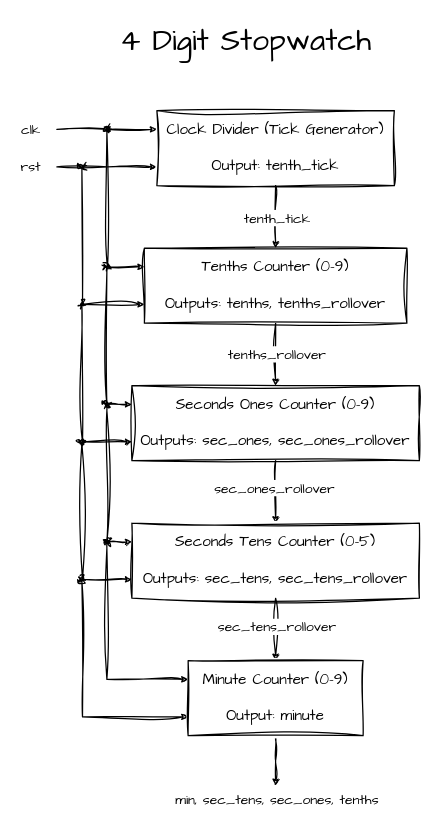
Earlier version of the draw.io diagram MEDS-Training/module4-tasks/t13_stop_watch/docs/stopwatch.drawio (AbdurRahman020/MEDS). Source tidied: cells renumbered, new cells numbered last; positions are measured from the earlier drawing's top-left corner, leaving out a move shared by most shapes. Both pictures are drawn from the tidied source at 125%, with x=0, y=0 at pixel (56, 22).
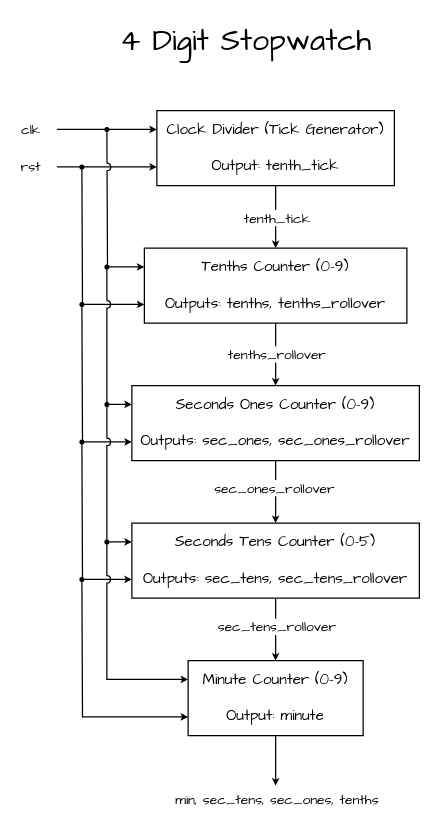
After the change.

The edit, as a diff of the source:
```diff
@@
-    <mxCell id="2" style="edgeStyle=orthogonalEdgeStyle;rounded=0;jettySize=auto;html=1;fontFamily=Comic Sans MS;endSize=3;sketch=1;curveFitting=1;jiggle=2;" parent="1" edge="1" source="6" target="11">
+    <mxCell id="2" style="edgeStyle=orthogonalEdgeStyle;rounded=0;jettySize=auto;html=1;fontFamily=Comic Sans MS;endSize=3;" parent="1" edge="1" source="6" target="11">
       <mxGeometry relative="1" as="geometry" />
     </mxCell>
-    <mxCell id="3" value="tenth_tick" style="edgeLabel;html=1;align=center;verticalAlign=middle;fontFamily=Comic Sans MS;sketch=1;curveFitting=1;jiggle=2;" parent="2" vertex="1">
+    <mxCell id="3" value="tenth_tick" style="edgeLabel;html=1;align=center;verticalAlign=middle;fontFamily=Comic Sans MS;" parent="2" vertex="1">
       <mxGeometry x="0.01" relative="1" as="geometry" />
     </mxCell>
-    <mxCell id="4" value="clk" style="edgeStyle=orthogonalEdgeStyle;rounded=0;jettySize=auto;html=1;exitX=0;exitY=0.25;exitDx=0;exitDy=0;endArrow=none;endFill=0;startArrow=classic;startFill=1;startSize=3;fontFamily=Comic Sans MS;sketch=1;curveFitting=1;jiggle=2;" parent="1" edge="1" source="6">
+    <mxCell id="4" value="clk" style="edgeStyle=orthogonalEdgeStyle;rounded=0;jettySize=auto;html=1;exitX=0;exitY=0.25;exitDx=0;exitDy=0;endArrow=none;endFill=0;startArrow=classic;startFill=1;startSize=3;fontFamily=Comic Sans MS;" parent="1" edge="1" source="6">
       <mxGeometry x="1" y="20" relative="1" as="geometry">
         <mxPoint y="85" as="targetPoint" />
         <mxPoint x="-20" y="-20" as="offset" />
       </mxGeometry>
     </mxCell>
-    <mxCell id="5" value="rst" style="edgeStyle=orthogonalEdgeStyle;rounded=0;jettySize=auto;html=1;exitX=0;exitY=0.75;exitDx=0;exitDy=0;endArrow=none;endFill=0;startArrow=classic;startFill=1;startSize=3;fontFamily=Comic Sans MS;sketch=1;curveFitting=1;jiggle=2;" parent="1" edge="1" source="6">
+    <mxCell id="5" value="rst" style="edgeStyle=orthogonalEdgeStyle;rounded=0;jettySize=auto;html=1;exitX=0;exitY=0.75;exitDx=0;exitDy=0;endArrow=none;endFill=0;startArrow=classic;startFill=1;startSize=3;fontFamily=Comic Sans MS;" parent="1" edge="1" source="6">
       <mxGeometry x="1" y="20" relative="1" as="geometry">
         <mxPoint y="115" as="targetPoint" />
         <mxPoint x="-20" y="-20" as="offset" />
       </mxGeometry>
     </mxCell>
-    <mxCell id="6" value="Clock Divider (Tick Generator)&lt;br&gt;&lt;br&gt;Output: tenth_tick" style="rounded=0;whiteSpace=wrap;html=1;hachureGap=4;fontFamily=Comic Sans MS;sketch=1;curveFitting=1;jiggle=2;" parent="1" vertex="1">
+    <mxCell id="6" value="Clock Divider (Tick Generator)&lt;br&gt;&lt;br&gt;Output: tenth_tick" style="rounded=0;whiteSpace=wrap;html=1;hachureGap=4;fontFamily=Comic Sans MS;" parent="1" vertex="1">
       <mxGeometry x="80" y="70" width="190" height="60" as="geometry" />
     </mxCell>
-    <mxCell id="7" style="edgeStyle=orthogonalEdgeStyle;rounded=0;jettySize=auto;html=1;fontFamily=Comic Sans MS;endSize=3;sketch=1;curveFitting=1;jiggle=2;" parent="1" edge="1" source="11" target="16">
+    <mxCell id="7" style="edgeStyle=orthogonalEdgeStyle;rounded=0;jettySize=auto;html=1;fontFamily=Comic Sans MS;endSize=3;" parent="1" edge="1" source="11" target="16">
       <mxGeometry relative="1" as="geometry" />
     </mxCell>
-    <mxCell id="8" value="tenths_rollover" style="edgeLabel;html=1;align=center;verticalAlign=middle;fontFamily=Comic Sans MS;sketch=1;curveFitting=1;jiggle=2;" parent="7" vertex="1">
+    <mxCell id="8" value="tenths_rollover" style="edgeLabel;html=1;align=center;verticalAlign=middle;fontFamily=Comic Sans MS;" parent="7" vertex="1">
       <mxGeometry x="-0.03" relative="1" as="geometry" />
     </mxCell>
-    <mxCell id="9" style="edgeStyle=orthogonalEdgeStyle;rounded=0;jettySize=auto;html=1;exitX=0;exitY=0.25;exitDx=0;exitDy=0;endArrow=oval;endFill=1;endSize=3;fontFamily=Comic Sans MS;startArrow=classic;startFill=1;startSize=3;sketch=1;curveFitting=1;jiggle=2;" parent="1" edge="1" source="11">
+    <mxCell id="9" style="edgeStyle=orthogonalEdgeStyle;rounded=0;jettySize=auto;html=1;exitX=0;exitY=0.25;exitDx=0;exitDy=0;endArrow=oval;endFill=1;endSize=3;fontFamily=Comic Sans MS;startArrow=classic;startFill=1;startSize=3;jumpStyle=arc;" parent="1" edge="1" source="11">
       <mxGeometry relative="1" as="geometry">
         <mxPoint x="40" y="85" as="targetPoint" />
       </mxGeometry>
     </mxCell>
-    <mxCell id="10" style="edgeStyle=orthogonalEdgeStyle;rounded=0;jettySize=auto;html=1;exitX=0;exitY=0.75;exitDx=0;exitDy=0;endArrow=oval;endFill=1;endSize=3;fontFamily=Comic Sans MS;startArrow=classic;startFill=1;startSize=3;sketch=1;curveFitting=1;jiggle=2;" parent="1" edge="1" source="11">
+    <mxCell id="10" style="edgeStyle=orthogonalEdgeStyle;rounded=0;jettySize=auto;html=1;exitX=0;exitY=0.75;exitDx=0;exitDy=0;endArrow=oval;endFill=1;endSize=3;fontFamily=Comic Sans MS;startArrow=classic;startFill=1;startSize=3;" parent="1" edge="1" source="11">
       <mxGeometry relative="1" as="geometry">
         <mxPoint x="20" y="115" as="targetPoint" />
       </mxGeometry>
     </mxCell>
-    <mxCell id="11" value="&lt;div&gt;Tenths Counter&amp;nbsp;&lt;span style=&quot;background-color: transparent; color: light-dark(rgb(0, 0, 0), rgb(255, 255, 255));&quot;&gt;(0–9)&lt;br&gt;&lt;br&gt;&lt;/span&gt;&lt;/div&gt;&lt;div&gt;&lt;span style=&quot;background-color: transparent; color: light-dark(rgb(0, 0, 0), rgb(255, 255, 255));&quot;&gt;Outputs: tenths, tenths_rollover&lt;/span&gt;&lt;/div&gt;" style="rounded=0;whiteSpace=wrap;html=1;hachureGap=4;fontFamily=Comic Sans MS;sketch=1;curveFitting=1;jiggle=2;" parent="1" vertex="1">
+    <mxCell id="11" value="&lt;div&gt;Tenths Counter&amp;nbsp;&lt;span style=&quot;background-color: transparent; color: light-dark(rgb(0, 0, 0), rgb(255, 255, 255));&quot;&gt;(0–9)&lt;br&gt;&lt;br&gt;&lt;/span&gt;&lt;/div&gt;&lt;div&gt;&lt;span style=&quot;background-color: transparent; color: light-dark(rgb(0, 0, 0), rgb(255, 255, 255));&quot;&gt;Outputs: tenths, tenths_rollover&lt;/span&gt;&lt;/div&gt;" style="rounded=0;whiteSpace=wrap;html=1;hachureGap=4;fontFamily=Comic Sans MS;" parent="1" vertex="1">
       <mxGeometry x="70" y="180" width="210" height="60" as="geometry" />
     </mxCell>
-    <mxCell id="12" style="edgeStyle=orthogonalEdgeStyle;rounded=0;jettySize=auto;html=1;fontFamily=Comic Sans MS;endSize=3;sketch=1;curveFitting=1;jiggle=2;" parent="1" edge="1" source="16" target="21">
+    <mxCell id="12" style="edgeStyle=orthogonalEdgeStyle;rounded=0;jettySize=auto;html=1;fontFamily=Comic Sans MS;endSize=3;" parent="1" edge="1" source="16" target="21">
       <mxGeometry relative="1" as="geometry" />
     </mxCell>
-    <mxCell id="13" value="sec_ones_rollover" style="edgeLabel;html=1;align=center;verticalAlign=middle;fontFamily=Comic Sans MS;sketch=1;curveFitting=1;jiggle=2;" parent="12" vertex="1">
+    <mxCell id="13" value="sec_ones_rollover" style="edgeLabel;html=1;align=center;verticalAlign=middle;fontFamily=Comic Sans MS;" parent="12" vertex="1">
       <mxGeometry x="-0.16" y="-2" relative="1" as="geometry" />
     </mxCell>
-    <mxCell id="14" style="edgeStyle=orthogonalEdgeStyle;rounded=0;jettySize=auto;html=1;exitX=0;exitY=0.75;exitDx=0;exitDy=0;endArrow=oval;endFill=1;endSize=3;fontFamily=Comic Sans MS;startArrow=classic;startFill=1;startSize=3;sketch=1;curveFitting=1;jiggle=2;" parent="1" edge="1" source="16">
+    <mxCell id="14" style="edgeStyle=orthogonalEdgeStyle;rounded=0;jettySize=auto;html=1;exitX=0;exitY=0.75;exitDx=0;exitDy=0;endArrow=oval;endFill=1;endSize=3;fontFamily=Comic Sans MS;startArrow=classic;startFill=1;startSize=3;" parent="1" edge="1" source="16">
       <mxGeometry relative="1" as="geometry">
         <mxPoint x="20" y="225" as="targetPoint" />
       </mxGeometry>
     </mxCell>
-    <mxCell id="15" style="edgeStyle=orthogonalEdgeStyle;rounded=0;jettySize=auto;html=1;exitX=0;exitY=0.25;exitDx=0;exitDy=0;endArrow=oval;endFill=1;endSize=3;startArrow=classic;startFill=1;startSize=3;sketch=1;curveFitting=1;jiggle=2;" parent="1" edge="1" source="16">
+    <mxCell id="15" style="edgeStyle=orthogonalEdgeStyle;rounded=0;jettySize=auto;html=1;exitX=0;exitY=0.25;exitDx=0;exitDy=0;endArrow=oval;endFill=1;endSize=3;startArrow=classic;startFill=1;startSize=3;jumpStyle=arc;" parent="1" edge="1" source="16">
       <mxGeometry relative="1" as="geometry">
         <mxPoint x="40" y="195" as="targetPoint" />
         <Array as="points">
           <mxPoint x="40" y="305" />
         </Array>
       </mxGeometry>
     </mxCell>
-    <mxCell id="16" value="&lt;div&gt;Seconds Ones Counter&amp;nbsp;&lt;span style=&quot;background-color: transparent; color: light-dark(rgb(0, 0, 0), rgb(255, 255, 255));&quot;&gt;(0–9)&lt;br&gt;&lt;br&gt;&lt;/span&gt;&lt;/div&gt;&lt;div&gt;Outputs: sec_ones, sec_ones_rollover&lt;/div&gt;" style="rounded=0;whiteSpace=wrap;html=1;hachureGap=4;fontFamily=Comic Sans MS;sketch=1;curveFitting=1;jiggle=2;" parent="1" vertex="1">
+    <mxCell id="16" value="&lt;div&gt;Seconds Ones Counter&amp;nbsp;&lt;span style=&quot;background-color: transparent; color: light-dark(rgb(0, 0, 0), rgb(255, 255, 255));&quot;&gt;(0–9)&lt;br&gt;&lt;br&gt;&lt;/span&gt;&lt;/div&gt;&lt;div&gt;Outputs: sec_ones, sec_ones_rollover&lt;/div&gt;" style="rounded=0;whiteSpace=wrap;html=1;hachureGap=4;fontFamily=Comic Sans MS;" parent="1" vertex="1">
       <mxGeometry x="60" y="290" width="230" height="60" as="geometry" />
     </mxCell>
-    <mxCell id="17" style="edgeStyle=orthogonalEdgeStyle;rounded=0;jettySize=auto;html=1;fontFamily=Comic Sans MS;endSize=3;sketch=1;curveFitting=1;jiggle=2;" parent="1" edge="1" source="21" target="26">
+    <mxCell id="17" style="edgeStyle=orthogonalEdgeStyle;rounded=0;jettySize=auto;html=1;fontFamily=Comic Sans MS;endSize=3;" parent="1" edge="1" source="21" target="26">
       <mxGeometry relative="1" as="geometry" />
     </mxCell>
-    <mxCell id="18" value="sec_tens_rollover" style="edgeLabel;html=1;align=center;verticalAlign=middle;fontFamily=Comic Sans MS;sketch=1;curveFitting=1;jiggle=2;" parent="17" vertex="1">
+    <mxCell id="18" value="sec_tens_rollover" style="edgeLabel;html=1;align=center;verticalAlign=middle;fontFamily=Comic Sans MS;" parent="17" vertex="1">
       <mxGeometry x="-0.12" relative="1" as="geometry" />
     </mxCell>
-    <mxCell id="19" style="edgeStyle=orthogonalEdgeStyle;rounded=0;jettySize=auto;html=1;exitX=0;exitY=0.25;exitDx=0;exitDy=0;endArrow=oval;endFill=1;endSize=3;fontFamily=Comic Sans MS;startArrow=classic;startFill=1;startSize=3;sketch=1;curveFitting=1;jiggle=2;" parent="1" edge="1" source="21">
+    <mxCell id="19" style="edgeStyle=orthogonalEdgeStyle;rounded=0;jettySize=auto;html=1;exitX=0;exitY=0.25;exitDx=0;exitDy=0;endArrow=oval;endFill=1;endSize=3;fontFamily=Comic Sans MS;startArrow=classic;startFill=1;startSize=3;jumpStyle=arc;" parent="1" edge="1" source="21">
       <mxGeometry relative="1" as="geometry">
         <mxPoint x="40" y="305" as="targetPoint" />
         <Array as="points">
           <mxPoint x="40" y="415" />
           <mxPoint x="40" y="310" />
         </Array>
       </mxGeometry>
     </mxCell>
-    <mxCell id="20" style="edgeStyle=orthogonalEdgeStyle;rounded=0;jettySize=auto;html=1;exitX=0;exitY=0.75;exitDx=0;exitDy=0;endArrow=oval;endFill=1;endSize=3;fontFamily=Comic Sans MS;startArrow=classic;startFill=1;startSize=3;sketch=1;curveFitting=1;jiggle=2;" parent="1" edge="1" source="21">
+    <mxCell id="20" style="edgeStyle=orthogonalEdgeStyle;rounded=0;jettySize=auto;html=1;exitX=0;exitY=0.75;exitDx=0;exitDy=0;endArrow=oval;endFill=1;endSize=3;fontFamily=Comic Sans MS;startArrow=classic;startFill=1;startSize=3;" parent="1" edge="1" source="21">
       <mxGeometry relative="1" as="geometry">
         <mxPoint x="20" y="335" as="targetPoint" />
       </mxGeometry>
     </mxCell>
-    <mxCell id="21" value="&lt;div&gt;Seconds Tens Counter&amp;nbsp;&lt;span style=&quot;background-color: transparent; color: light-dark(rgb(0, 0, 0), rgb(255, 255, 255));&quot;&gt;(0–5)&lt;br&gt;&lt;br&gt;&lt;/span&gt;&lt;/div&gt;&lt;div&gt;Outputs: sec_tens, sec_tens_rollover&lt;/div&gt;" style="rounded=0;whiteSpace=wrap;html=1;hachureGap=4;fontFamily=Comic Sans MS;sketch=1;curveFitting=1;jiggle=2;" parent="1" vertex="1">
+    <mxCell id="21" value="&lt;div&gt;Seconds Tens Counter&amp;nbsp;&lt;span style=&quot;background-color: transparent; color: light-dark(rgb(0, 0, 0), rgb(255, 255, 255));&quot;&gt;(0–5)&lt;br&gt;&lt;br&gt;&lt;/span&gt;&lt;/div&gt;&lt;div&gt;Outputs: sec_tens, sec_tens_rollover&lt;/div&gt;" style="rounded=0;whiteSpace=wrap;html=1;hachureGap=4;fontFamily=Comic Sans MS;" parent="1" vertex="1">
       <mxGeometry x="60" y="400" width="230" height="60" as="geometry" />
     </mxCell>
-    <mxCell id="22" style="edgeStyle=orthogonalEdgeStyle;rounded=0;jettySize=auto;html=1;fontFamily=Comic Sans MS;endSize=3;sketch=1;curveFitting=1;jiggle=2;" parent="1" edge="1" source="26">
+    <mxCell id="22" style="edgeStyle=orthogonalEdgeStyle;rounded=0;jettySize=auto;html=1;fontFamily=Comic Sans MS;endSize=3;" parent="1" edge="1" source="26">
       <mxGeometry relative="1" as="geometry">
         <mxPoint x="175" y="610" as="targetPoint" />
       </mxGeometry>
     </mxCell>
-    <mxCell id="23" value="min, sec_tens, sec_ones, tenths" style="edgeLabel;html=1;align=center;verticalAlign=middle;fontFamily=Comic Sans MS;sketch=1;curveFitting=1;jiggle=2;" parent="22" vertex="1">
+    <mxCell id="23" value="min, sec_tens, sec_ones, tenths" style="edgeLabel;html=1;align=center;verticalAlign=middle;fontFamily=Comic Sans MS;" parent="22" vertex="1">
       <mxGeometry x="0.07" y="4" relative="1" as="geometry">
         <mxPoint x="-4" y="29" as="offset" />
       </mxGeometry>
     </mxCell>
-    <mxCell id="24" style="edgeStyle=orthogonalEdgeStyle;rounded=0;jettySize=auto;html=1;exitX=0;exitY=0.25;exitDx=0;exitDy=0;endArrow=oval;endFill=1;endSize=3;fontFamily=Comic Sans MS;startArrow=classic;startFill=1;startSize=3;sketch=1;curveFitting=1;jiggle=2;" parent="1" edge="1" source="26">
+    <mxCell id="24" style="edgeStyle=orthogonalEdgeStyle;rounded=0;jettySize=auto;html=1;exitX=0;exitY=0.25;exitDx=0;exitDy=0;endArrow=oval;endFill=1;endSize=3;fontFamily=Comic Sans MS;startArrow=classic;startFill=1;startSize=3;jumpStyle=arc;" parent="1" edge="1" source="26">
       <mxGeometry relative="1" as="geometry">
         <mxPoint x="40" y="415" as="targetPoint" />
         <Array as="points">
           <mxPoint x="40" y="525" />
           <mxPoint x="40" y="420" />
         </Array>
       </mxGeometry>
     </mxCell>
-    <mxCell id="25" style="edgeStyle=orthogonalEdgeStyle;rounded=0;jettySize=auto;html=1;exitX=0;exitY=0.75;exitDx=0;exitDy=0;endArrow=oval;endFill=1;endSize=3;fontFamily=Comic Sans MS;startArrow=classic;startFill=1;startSize=3;sketch=1;curveFitting=1;jiggle=2;" parent="1" edge="1" source="26">
+    <mxCell id="25" style="edgeStyle=orthogonalEdgeStyle;rounded=0;jettySize=auto;html=1;exitX=0;exitY=0.75;exitDx=0;exitDy=0;endArrow=oval;endFill=1;endSize=3;fontFamily=Comic Sans MS;startArrow=classic;startFill=1;startSize=3;" parent="1" edge="1" source="26">
       <mxGeometry relative="1" as="geometry">
         <mxPoint x="20" y="445" as="targetPoint" />
       </mxGeometry>
     </mxCell>
-    <mxCell id="26" value="&lt;div&gt;Minute Counter&amp;nbsp;&lt;span style=&quot;background-color: transparent; color: light-dark(rgb(0, 0, 0), rgb(255, 255, 255));&quot;&gt;(0–9)&lt;br&gt;&lt;br&gt;&lt;/span&gt;&lt;/div&gt;&lt;div&gt;Output: minute&lt;/div&gt;" style="rounded=0;whiteSpace=wrap;html=1;hachureGap=4;fontFamily=Comic Sans MS;sketch=1;curveFitting=1;jiggle=2;" parent="1" vertex="1">
+    <mxCell id="26" value="&lt;div&gt;Minute Counter&amp;nbsp;&lt;span style=&quot;background-color: transparent; color: light-dark(rgb(0, 0, 0), rgb(255, 255, 255));&quot;&gt;(0–9)&lt;br&gt;&lt;br&gt;&lt;/span&gt;&lt;/div&gt;&lt;div&gt;Output: minute&lt;/div&gt;" style="rounded=0;whiteSpace=wrap;html=1;hachureGap=4;fontFamily=Comic Sans MS;" parent="1" vertex="1">
       <mxGeometry x="105" y="510" width="140" height="60" as="geometry" />
     </mxCell>
-    <mxCell id="27" value="&lt;font face=&quot;Comic Sans MS&quot; style=&quot;font-size: 24px;&quot;&gt;4 Digit Stopwatch&lt;/font&gt;" style="text;html=1;whiteSpace=wrap;strokeColor=none;fillColor=none;align=center;verticalAlign=middle;rounded=0;sketch=1;curveFitting=1;jiggle=2;" parent="1" vertex="1">
+    <mxCell id="27" value="&lt;font face=&quot;Comic Sans MS&quot; style=&quot;font-size: 24px;&quot;&gt;4 Digit Stopwatch&lt;/font&gt;" style="text;html=1;whiteSpace=wrap;strokeColor=none;fillColor=none;align=center;verticalAlign=middle;rounded=0;" parent="1" vertex="1">
       <mxGeometry x="24" width="255" height="30" as="geometry" />
     </mxCell>
```
